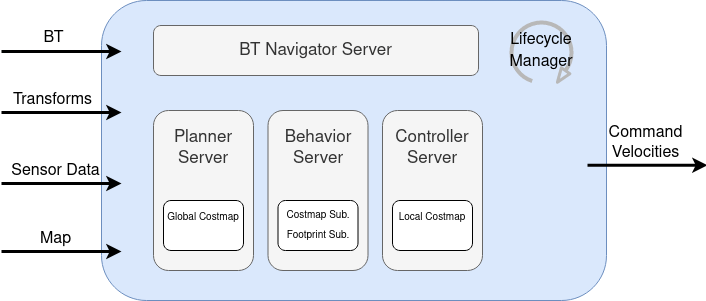
The draw.io diagram Thesis/images/nav2_architecture.png in mounteverset/behavior_planning, before a commit. Source tidied: cells renumbered, new cells last; positions are measured from the earlier drawing's top-left corner, leaving out a move shared by most shapes.
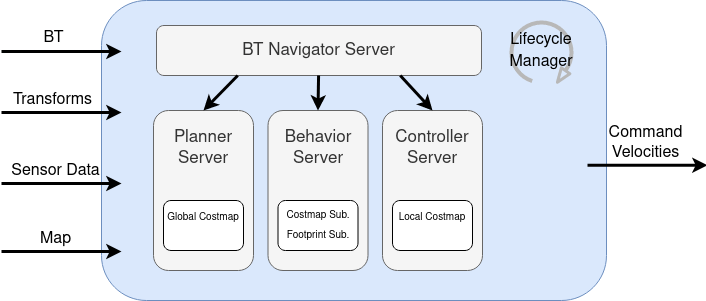
After the commit.

The edit, as a diff of the source:
```diff
@@ -6,7 +6,7 @@
       <mxGeometry x="100" width="505" height="300" as="geometry" />
     </mxCell>
     <mxCell id="3" value="&lt;font style=&quot;font-size: 17px;&quot; face=&quot;Helvetica&quot;&gt;BT Navigator Server&lt;/font&gt;" style="rounded=1;whiteSpace=wrap;html=1;shadow=0;strokeWidth=1;fillColor=#f5f5f5;fontColor=#333333;strokeColor=#666666;" parent="1" vertex="1">
-      <mxGeometry x="152" y="25" width="325" height="50" as="geometry" />
+      <mxGeometry x="155" y="25" width="325" height="50" as="geometry" />
     </mxCell>
     <mxCell id="4" value="&lt;font&gt;Controller Server&lt;/font&gt;" style="rounded=1;whiteSpace=wrap;html=1;fontSize=17;fontFamily=Helvetica;labelPosition=center;verticalLabelPosition=middle;align=center;verticalAlign=middle;spacingBottom=84;fillColor=#f5f5f5;fontColor=#333333;strokeColor=#666666;" parent="1" vertex="1">
       <mxGeometry x="381" y="110" width="100" height="160" as="geometry" />
@@ -99,5 +99,14 @@
         <mxPoint x="555" y="83" as="targetPoint" />
       </mxGeometry>
     </mxCell>
+    <mxCell id="23" style="endArrow=classic;html=1;strokeColor=#000000;strokeWidth=3;fontFamily=Helvetica;fontSize=16;curved=1;exitX=0.25;exitY=1;exitDx=0;exitDy=0;entryX=0.5;entryY=0;entryDx=0;entryDy=0;" parent="1" edge="1" source="3" target="5">
+      <mxGeometry relative="1" as="geometry" />
+    </mxCell>
+    <mxCell id="24" style="endArrow=classic;html=1;strokeColor=#000000;strokeWidth=3;fontFamily=Helvetica;fontSize=16;curved=1;entryX=0.5;entryY=0;entryDx=0;entryDy=0;" parent="1" edge="1" source="3" target="6">
+      <mxGeometry relative="1" as="geometry" />
+    </mxCell>
+    <mxCell id="25" style="endArrow=classic;html=1;strokeColor=#000000;strokeWidth=3;fontFamily=Helvetica;fontSize=16;curved=1;exitX=0.75;exitY=1;exitDx=0;exitDy=0;entryX=0.5;entryY=0;entryDx=0;entryDy=0;" parent="1" edge="1" source="3" target="4">
+      <mxGeometry relative="1" as="geometry" />
+    </mxCell>
   </root>
 </mxGraphModel>
```
